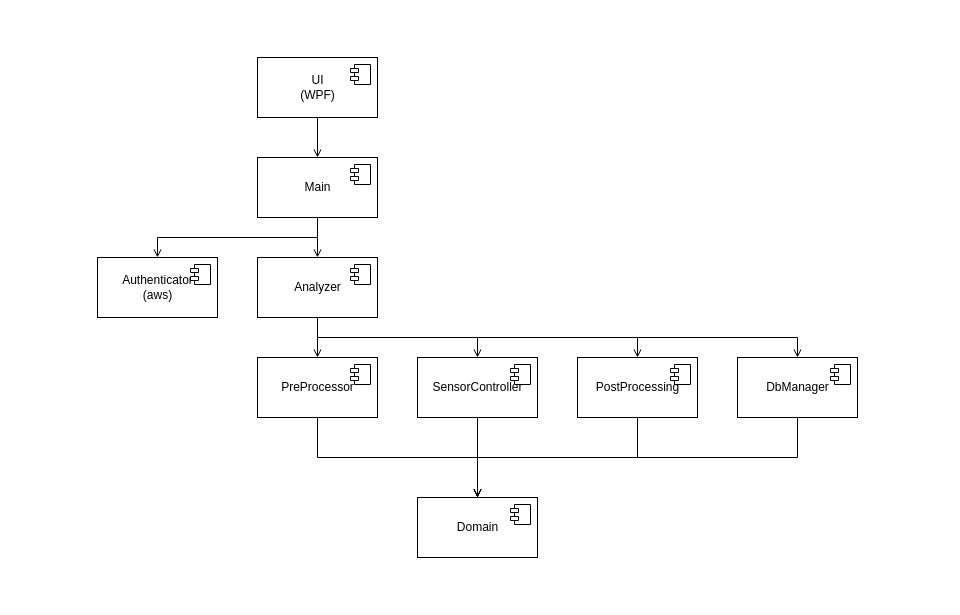
Earlier version of the draw.io diagram UML/Architecture.drawio (LuisCarlosRojasTorres/CARBsoft.FishNet.Documentation). Source tidied: cells renumbered, new cells numbered last; positions are measured from the earlier drawing's top-left corner, leaving out a move shared by most shapes. Both pictures are drawn from the tidied source at 100%, with x=0, y=0 at pixel (97, 57).
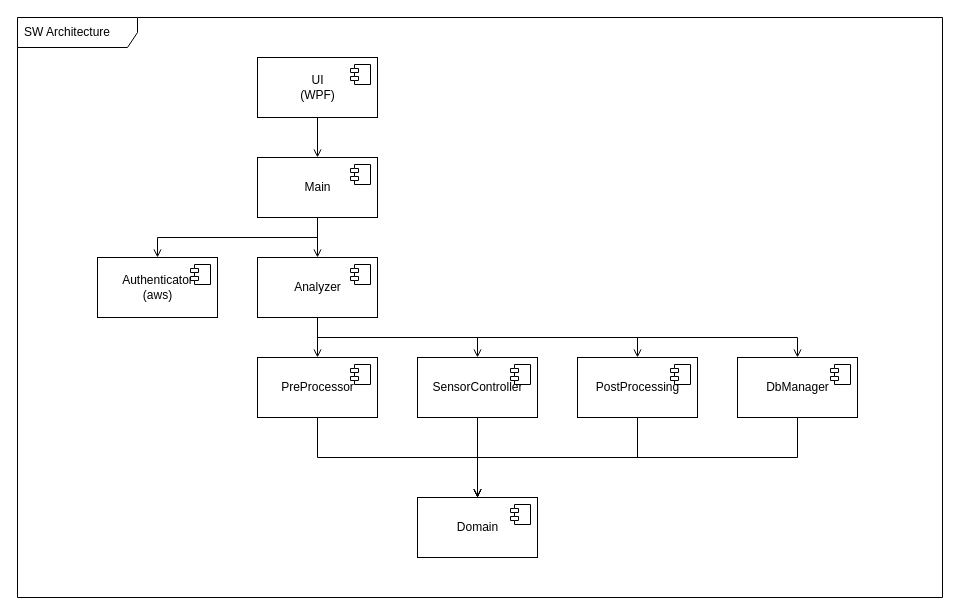
Above is the later version.

Change to the diagram source:
```diff
@@
+    <mxCell id="31" value="SW Architecture" style="shape=umlFrame;whiteSpace=wrap;html=1;width=120;height=30;boundedLbl=1;verticalAlign=middle;align=left;spacingLeft=5;" parent="1" vertex="1">
+      <mxGeometry x="-80" y="-40" width="925" height="580" as="geometry" />
+    </mxCell>
```
